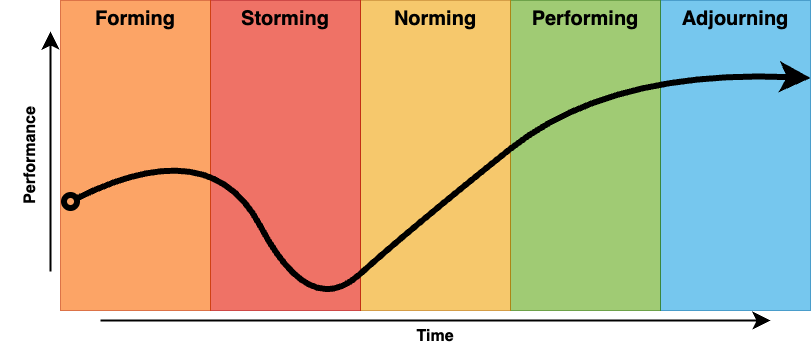
The draw.io diagram docs/assets/presentations/facilitation/tuckman.drawio.png in cmadland/ldrs663, before a commit. Source tidied: cells renumbered, new cells last; positions are measured from the earlier drawing's top-left corner, leaving out a move shared by most shapes.
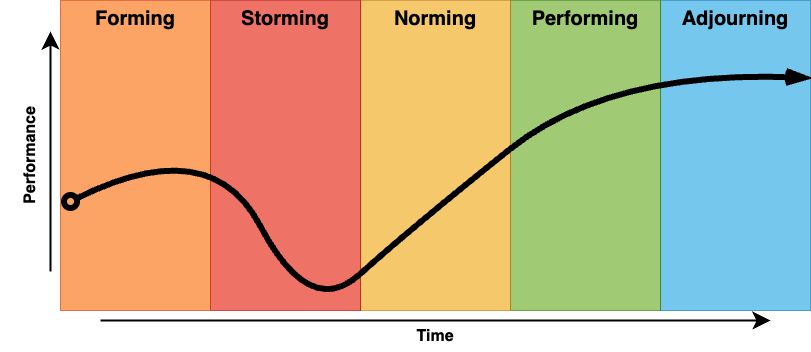
The same diagram one commit later.

Change to the diagram source:
```diff
@@ -17,7 +17,7 @@
     <mxCell id="6" value="&lt;b&gt;&lt;font style=&quot;font-size: 20px;&quot;&gt;Forming&lt;/font&gt;&lt;/b&gt;" style="rounded=0;whiteSpace=wrap;html=1;horizontal=1;verticalAlign=top;fillColor=#fa6800;fontColor=#000000;strokeColor=#C73500;opacity=60;" parent="1" vertex="1">
       <mxGeometry x="60" width="150" height="310" as="geometry" />
     </mxCell>
-    <mxCell id="7" style="curved=1;endArrow=classic;html=1;startArrow=oval;startFill=0;endSize=12;startSize=13;strokeWidth=6;entryX=1;entryY=0.25;entryDx=0;entryDy=0;strokeColor=#000000;fontColor=#000000;" parent="1" edge="1" target="2">
+    <mxCell id="7" style="curved=1;endArrow=openThin;html=1;startArrow=oval;startFill=0;endSize=12;startSize=13;strokeWidth=6;entryX=1;entryY=0.25;entryDx=0;entryDy=0;strokeColor=#000000;fontColor=#000000;endFill=0;" parent="1" edge="1" target="2">
       <mxGeometry relative="1" as="geometry">
         <mxPoint x="70" y="201" as="sourcePoint" />
         <Array as="points">
```
